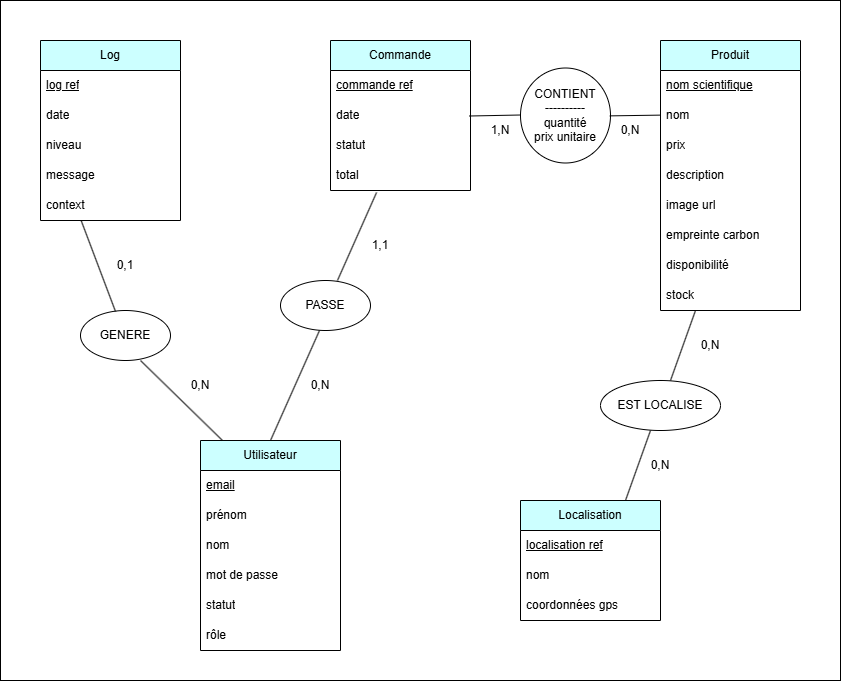
This is documents/Apothéose/merise/mcd/MCD_GreenRoots.drawio.png from Salyarket/GreenRoots-Conception, a draw.io export, as it was before one commit. Source tidied: cells renumbered, new cells last; positions are measured from the earlier drawing's top-left corner, leaving out a move shared by most shapes.
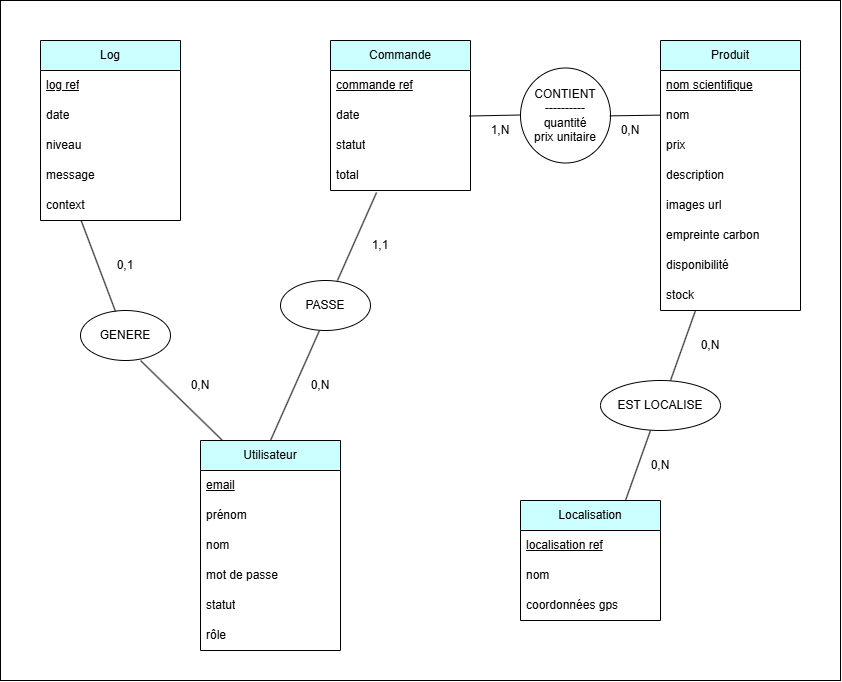
The same diagram one commit later.

The edit, as a diff of the source:
```diff
@@ -41,7 +41,7 @@
     <mxCell id="14" value="description" style="text;strokeColor=none;fillColor=none;align=left;verticalAlign=middle;spacingLeft=4;spacingRight=4;overflow=hidden;whiteSpace=wrap;html=1;" parent="10" vertex="1">
       <mxGeometry y="120" width="140" height="30" as="geometry" />
     </mxCell>
-    <mxCell id="15" value="image url" style="text;strokeColor=none;fillColor=none;align=left;verticalAlign=middle;spacingLeft=4;spacingRight=4;overflow=hidden;whiteSpace=wrap;html=1;" parent="10" vertex="1">
+    <mxCell id="15" value="images url" style="text;strokeColor=none;fillColor=none;align=left;verticalAlign=middle;spacingLeft=4;spacingRight=4;overflow=hidden;whiteSpace=wrap;html=1;" parent="10" vertex="1">
       <mxGeometry y="150" width="140" height="30" as="geometry" />
     </mxCell>
     <mxCell id="16" value="empreinte carbon" style="text;strokeColor=none;fillColor=none;align=left;verticalAlign=middle;spacingLeft=4;spacingRight=4;overflow=hidden;whiteSpace=wrap;html=1;" parent="10" vertex="1">
```
